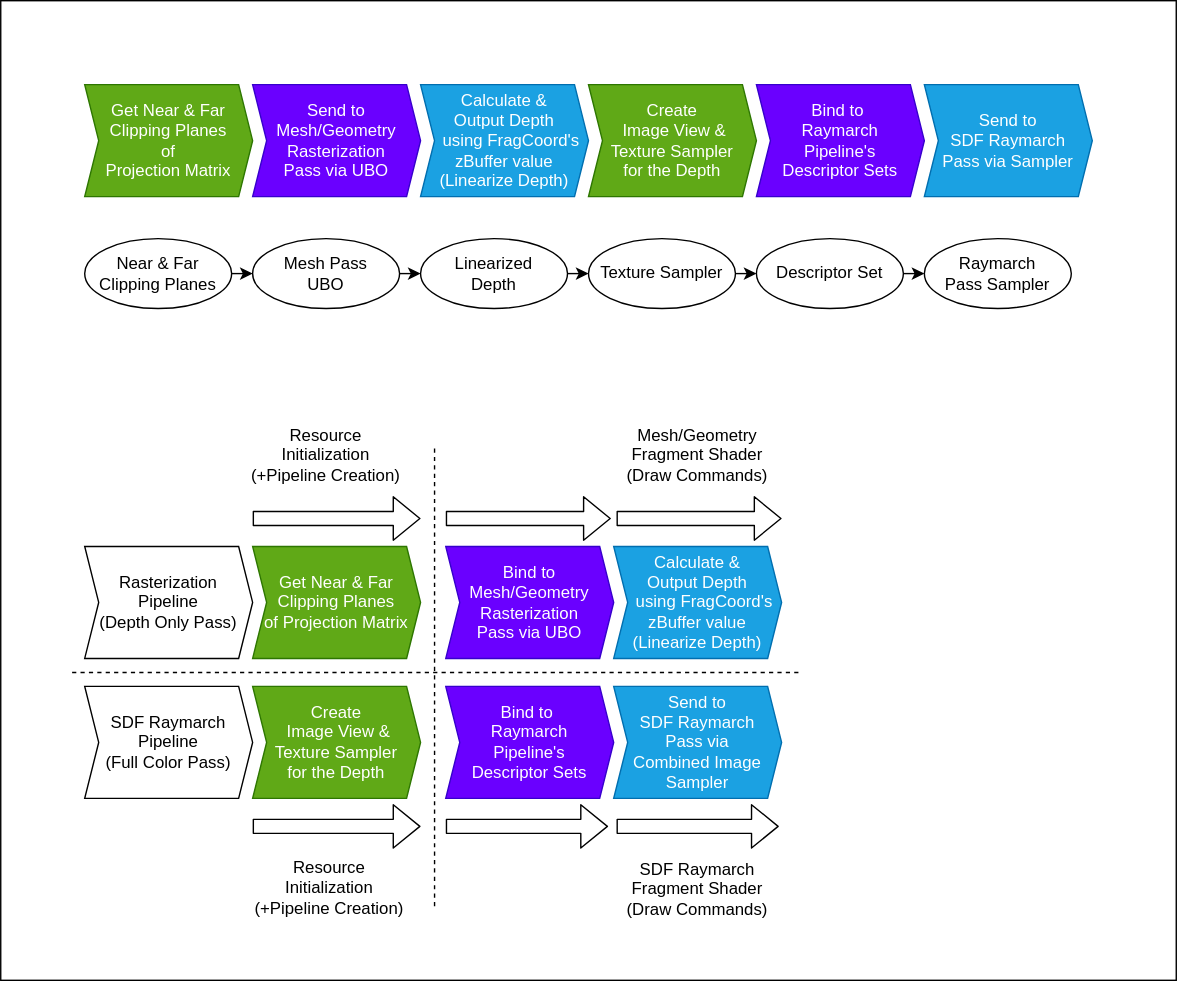
This is docs/design/sdf-raymarching-architecture.svg from hiradyazdan/sdf-ray4d-engine, a draw.io export, as it was before one commit. Source tidied: cells renumbered, new cells last; positions are measured from the earlier drawing's top-left corner, leaving out a move shared by most shapes.
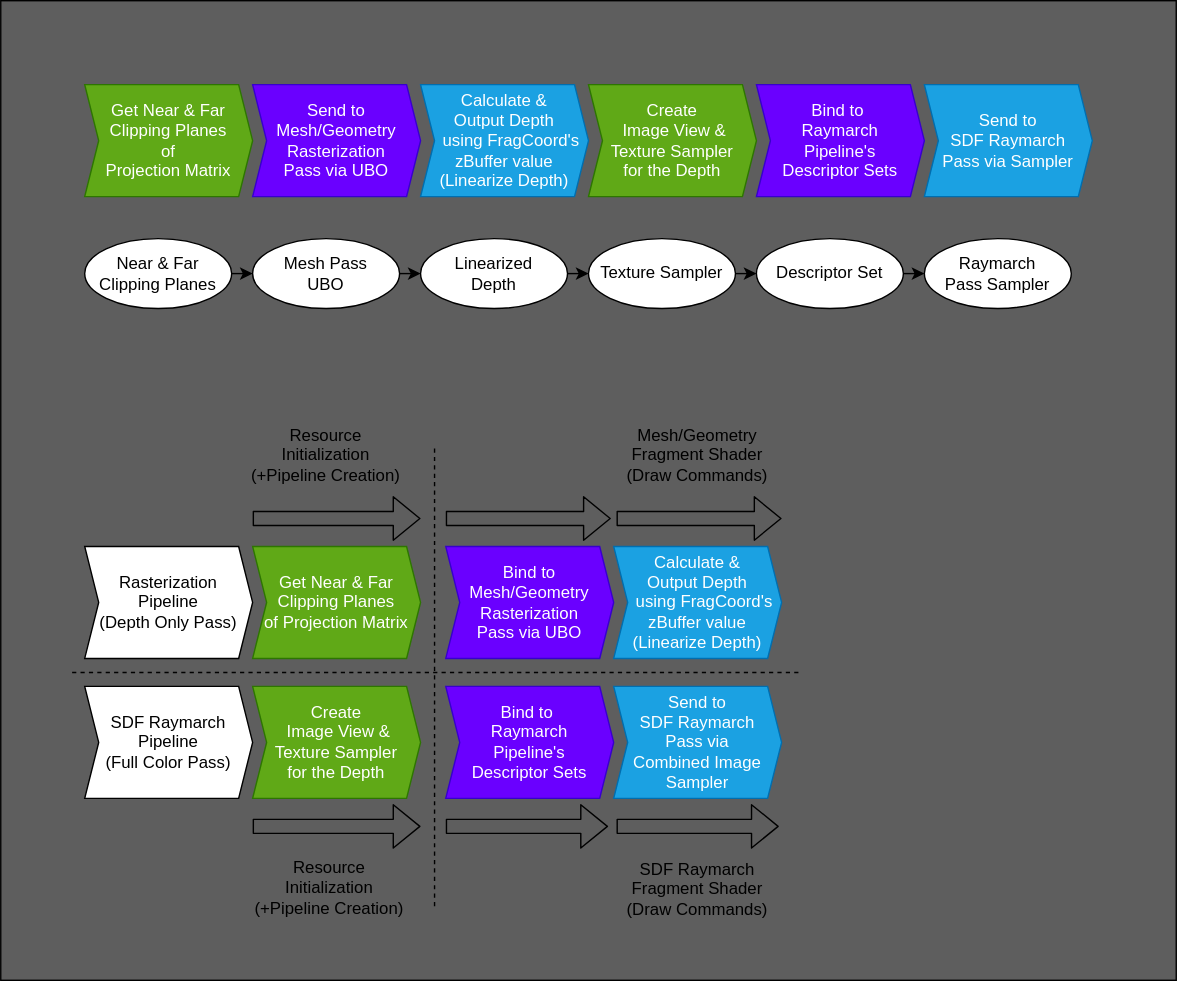
After the change.

The edit, as a diff of the source:
```diff
@@ -2,7 +2,7 @@
   <root>
     <mxCell id="0" />
     <mxCell id="1" parent="0" />
-    <mxCell id="2" style="rounded=0;whiteSpace=wrap;html=1;" parent="1" vertex="1">
+    <mxCell id="2" style="rounded=0;whiteSpace=wrap;html=1;fillColor=#5E5E5E;" parent="1" vertex="1">
       <mxGeometry width="840" height="700" as="geometry" />
     </mxCell>
     <mxCell id="3" value="Send to Mesh/Geometry Rasterization &lt;br&gt;Pass via UBO" style="shape=step;perimeter=stepPerimeter;whiteSpace=wrap;html=1;fixedSize=1;align=center;size=10;fillColor=#6a00ff;strokeColor=#3700CC;fontColor=#ffffff;" parent="1" vertex="1">
```
